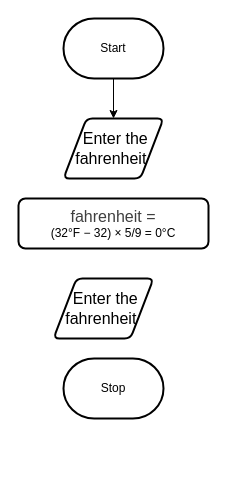
The draw.io diagram design/flowchart.drawio in MTHS-ICD2O-1-2024/ICD2O-Unit-3-04-Emre-Guzel-2, before the edit. Source tidied: cells renumbered, new cells numbered last; positions are measured from the earlier drawing's top-left corner, leaving out a move shared by most shapes. Both pictures are drawn from the tidied source at 100%, with x=0, y=0 at pixel (18, 18).
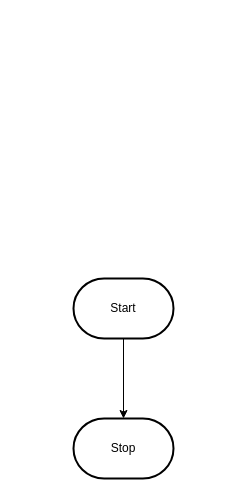
The same page after the edit.

Change to the diagram source:
```diff
@@
 <mxGraphModel>
   <root>
     <mxCell id="0" />
     <mxCell id="1" parent="0" />
-    <mxCell id="2" style="edgeStyle=orthogonalEdgeStyle;html=1;rounded=0;curved=0;" parent="1" edge="1" source="3" target="5">
-      <mxGeometry relative="1" as="geometry" />
-    </mxCell>
+    <mxCell id="5" style="edgeStyle=orthogonalEdgeStyle;html=1;rounded=0;" parent="1" edge="1" source="3" target="4">
+      <mxGeometry relative="1" as="geometry" />
+    </mxCell>
     <mxCell id="3" value="Start" style="strokeWidth=2;html=1;shape=mxgraph.flowchart.terminator;whiteSpace=wrap;" parent="1" vertex="1">
-      <mxGeometry x="45" width="100" height="60" as="geometry" />
+      <mxGeometry x="55" y="260" width="100" height="60" as="geometry" />
     </mxCell>
     <mxCell id="4" value="Stop" style="strokeWidth=2;html=1;shape=mxgraph.flowchart.terminator;whiteSpace=wrap;" parent="1" vertex="1">
-      <mxGeometry x="45" y="340" width="100" height="60" as="geometry" />
+      <mxGeometry x="55" y="400" width="100" height="60" as="geometry" />
     </mxCell>
-    <mxCell id="5" value="&lt;font style=&quot;font-size: 16px;&quot;&gt;&lt;font style=&quot;&quot;&gt;&amp;nbsp;Enter the fahrenheit&lt;/font&gt;&amp;nbsp;&lt;/font&gt;" style="shape=parallelogram;html=1;strokeWidth=2;perimeter=parallelogramPerimeter;whiteSpace=wrap;rounded=1;arcSize=12;size=0.23;" parent="1" vertex="1">
-      <mxGeometry x="45" y="100" width="100" height="60" as="geometry" />
-    </mxCell>
-    <mxCell id="6" value="&lt;span style=&quot;color: rgb(0, 0, 0); text-wrap-mode: nowrap;&quot;&gt;&lt;span style=&quot;color: rgb(63, 63, 63); font-size: 16px; text-wrap-mode: wrap;&quot;&gt;fahrenheit =&lt;/span&gt;(32°F − 32) × 5/9 = 0°C&lt;/span&gt;" style="rounded=1;whiteSpace=wrap;html=1;absoluteArcSize=1;arcSize=14;strokeWidth=2;" parent="1" vertex="1">
-      <mxGeometry y="180" width="190" height="50" as="geometry" />
-    </mxCell>
-    <mxCell id="7" value="&lt;font style=&quot;font-size: 16px;&quot;&gt;&lt;font style=&quot;&quot;&gt;&amp;nbsp;Enter the fahrenheit&lt;/font&gt;&amp;nbsp;&lt;/font&gt;" style="shape=parallelogram;html=1;strokeWidth=2;perimeter=parallelogramPerimeter;whiteSpace=wrap;rounded=1;arcSize=12;size=0.23;" parent="1" vertex="1">
-      <mxGeometry x="35" y="260" width="100" height="60" as="geometry" />
-    </mxCell>
   </root>
 </mxGraphModel>
```
